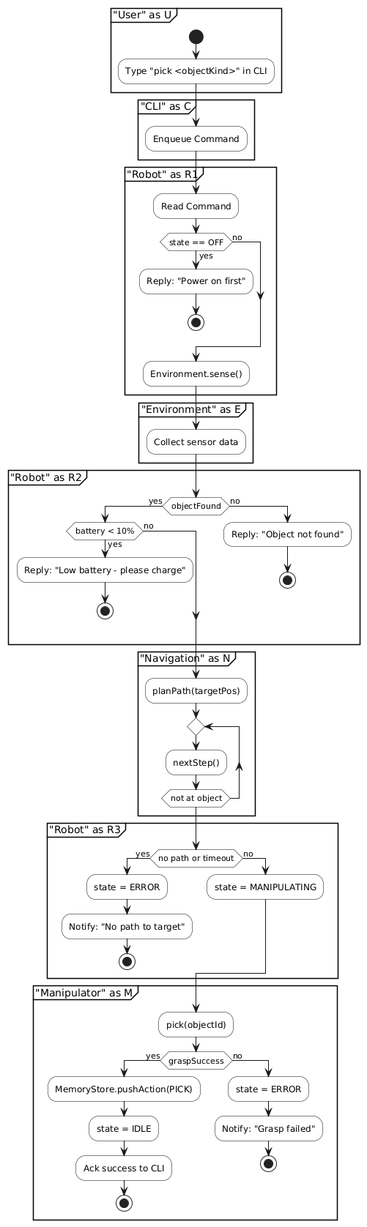
Above: OOP_PCOM7E_Assignment/assets/img/activity_diagram.png in va-angelier/va-angelier.github.io (PlantUML), before the change. Source of this version:
```plantuml
@startuml

skinparam activity {
  BackgroundColor White
  BorderColor Black
}
skinparam shadowing false

partition "User" as U {
  start
  :Type "pick <objectKind>" in CLI;
}

partition "CLI" as C {
  :Enqueue Command;
}

partition "Robot" as R1 {
  :Read Command;
  if (state == OFF) then (yes)
    :Reply: "Power on first";
    stop
  else (no)
  endif
  :Environment.sense();
}

partition "Environment" as E {
  :Collect sensor data;
}

partition "Robot" as R2 {
  if (objectFound) then (yes)
    if (battery < 10%) then (yes)
      :Reply: "Low battery - please charge";
      stop
    else (no)
    endif
  else (no)
    :Reply: "Object not found";
    stop
  endif
}

partition "Navigation" as N {
  :planPath(targetPos);
  repeat
    :nextStep();
  repeat while (not at object)
}

partition "Robot" as R3 {
  if (no path or timeout) then (yes)
    :state = ERROR;
    :Notify: "No path to target";
    stop
  else (no)
    :state = MANIPULATING;
  endif
}

partition "Manipulator" as M {
  :pick(objectId);
  if (graspSuccess) then (yes)
    :MemoryStore.pushAction(PICK);
    :state = IDLE;
    :Ack success to CLI;
    stop
  else (no)
    :state = ERROR;
    :Notify: "Grasp failed";
    stop
  endif
}
@enduml
```
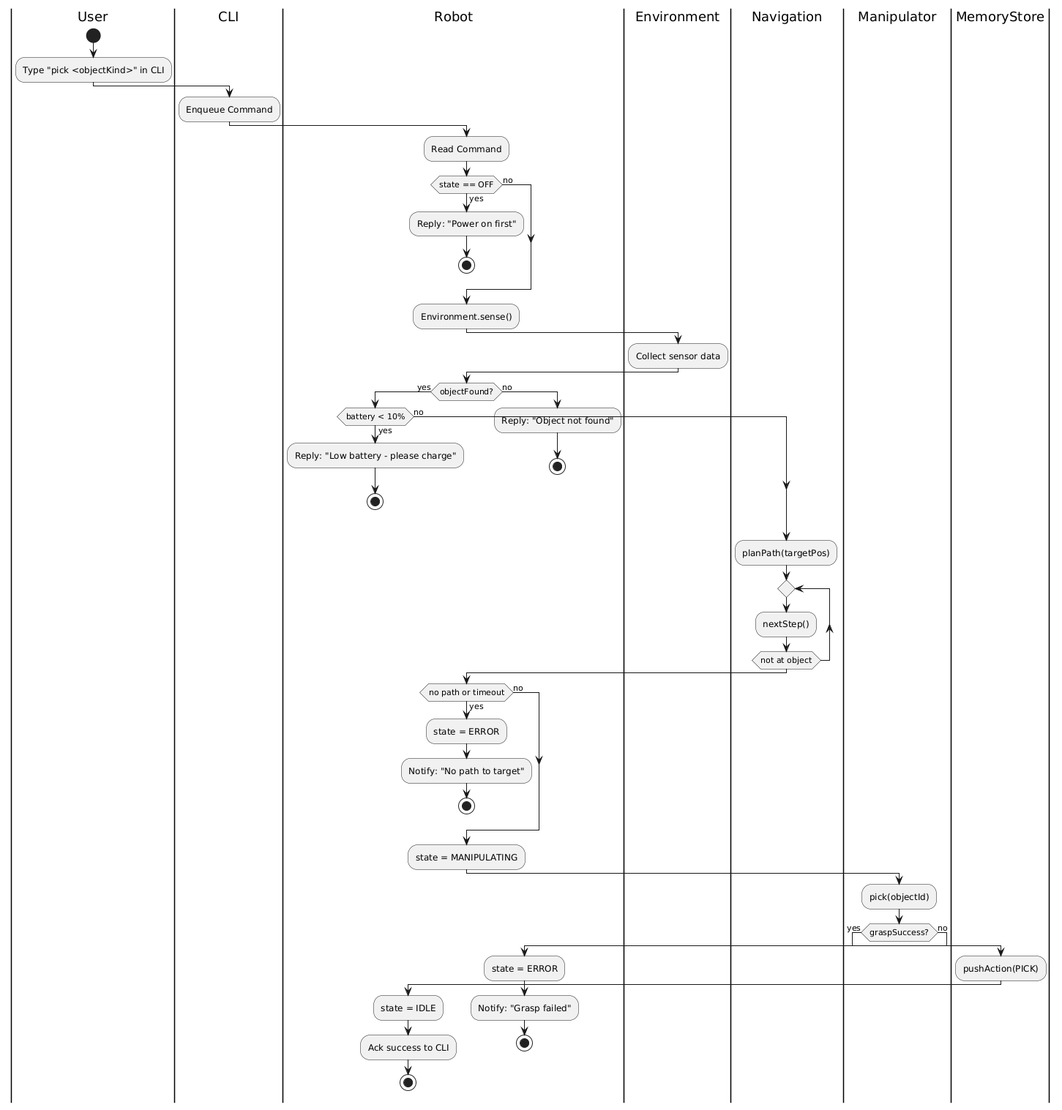
After the commit.

The edit, as a diff of the source:
```diff
@@ -1,75 +1,64 @@
 @startuml
+|User|
+start
+:Type "pick <objectKind>" in CLI;
 
-skinparam activity {
-  BackgroundColor White
-  BorderColor Black
-}
-skinparam shadowing false
+|CLI|
+:Enqueue Command;
 
-partition "User" as U {
-  start
-  :Type "pick <objectKind>" in CLI;
-}
+|Robot|
+:Read Command;
+if (state == OFF) then (yes)
+  :Reply: "Power on first";
+  stop
+else (no)
+endif
+:Environment.sense();
 
-partition "CLI" as C {
-  :Enqueue Command;
-}
+|Environment|
+:Collect sensor data;
 
-partition "Robot" as R1 {
-  :Read Command;
-  if (state == OFF) then (yes)
-    :Reply: "Power on first";
+|Robot|
+if (objectFound?) then (yes)
+  if (battery < 10%) then (yes)
+    :Reply: "Low battery - please charge";
     stop
   else (no)
   endif
-  :Environment.sense();
-}
+else (no)
+  :Reply: "Object not found";
+  stop
+endif
 
-partition "Environment" as E {
-  :Collect sensor data;
-}
+|Navigation|
+:planPath(targetPos);
+repeat
+  :nextStep();
+repeat while (not at object)
 
-partition "Robot" as R2 {
-  if (objectFound) then (yes)
-    if (battery < 10%) then (yes)
-      :Reply: "Low battery - please charge";
-      stop
-    else (no)
-    endif
-  else (no)
-    :Reply: "Object not found";
-    stop
-  endif
-}
+|Robot|
+if (no path or timeout) then (yes)
+  :state = ERROR;
+  :Notify: "No path to target";
+  stop
+else (no)
+endif
+:state = MANIPULATING;
 
-partition "Navigation" as N {
-  :planPath(targetPos);
-  repeat
-    :nextStep();
-  repeat while (not at object)
-}
+|Manipulator|
+:pick(objectId);
+if (graspSuccess?) then (yes)
+  |MemoryStore|
+  :pushAction(PICK);
 
-partition "Robot" as R3 {
-  if (no path or timeout) then (yes)
-    :state = ERROR;
-    :Notify: "No path to target";
-    stop
-  else (no)
-    :state = MANIPULATING;
-  endif
-}
-
-partition "Manipulator" as M {
-  :pick(objectId);
-  if (graspSuccess) then (yes)
-    :MemoryStore.pushAction(PICK);
-    :state = IDLE;
-    :Ack success to CLI;
-    stop
-  else (no)
-    :state = ERROR;
-    :Notify: "Grasp failed";
-    stop
-  endif
-}
+  |Robot|
+  :state = IDLE;
+  :Ack success to CLI;
+  stop
+else (no)
+  |Robot|
+  :state = ERROR;
+  :Notify: "Grasp failed";
+  stop
+endif
 @enduml
```
